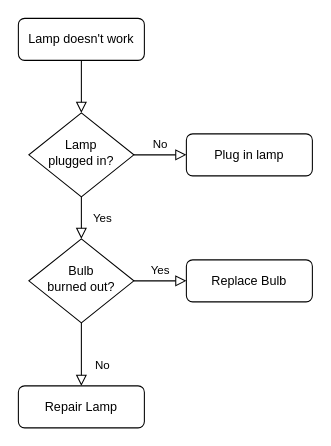
This is 未命名绘图.drawio from antronshao/pytorch-forecasting, a draw.io file, before an edit. Source tidied: cells renumbered, new cells numbered last; positions are measured from the earlier drawing's top-left corner, leaving out a move shared by most shapes. Both pictures are drawn from the tidied source at 105%, with x=0, y=0 at pixel (18, 18).
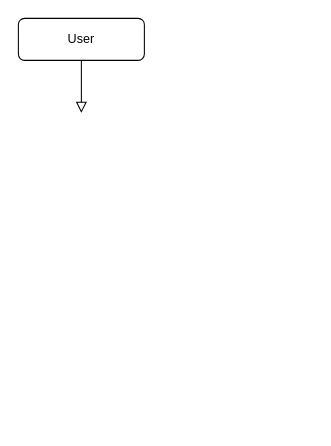
Above is the later version.

Commit message:
更新未命名绘图.drawio

What changed in the source:
```diff
@@
 <mxGraphModel>
   <root>
     <mxCell id="0" />
     <mxCell id="1" parent="0" />
-    <mxCell id="2" style="rounded=0;html=1;jettySize=auto;fontSize=11;endArrow=block;endFill=0;endSize=8;strokeWidth=1;shadow=0;labelBackgroundColor=none;edgeStyle=orthogonalEdgeStyle;" parent="1" edge="1" source="3" target="6">
-      <mxGeometry relative="1" as="geometry" />
+    <mxCell id="2" style="rounded=0;html=1;jettySize=auto;fontSize=11;endArrow=block;endFill=0;endSize=8;strokeWidth=1;shadow=0;labelBackgroundColor=none;edgeStyle=orthogonalEdgeStyle;" parent="1" edge="1" source="3">
+      <mxGeometry relative="1" as="geometry">
+        <mxPoint x="60" y="90" as="targetPoint" />
+      </mxGeometry>
     </mxCell>
-    <mxCell id="3" value="Lamp doesn't work" style="rounded=1;whiteSpace=wrap;html=1;fontSize=12;glass=0;strokeWidth=1;shadow=0;" parent="1" vertex="1">
+    <mxCell id="3" value="User" style="rounded=1;whiteSpace=wrap;html=1;fontSize=12;glass=0;strokeWidth=1;shadow=0;" parent="1" vertex="1">
       <mxGeometry width="120" height="40" as="geometry" />
     </mxCell>
-    <mxCell id="4" value="Yes" style="rounded=0;html=1;jettySize=auto;fontSize=11;endArrow=block;endFill=0;endSize=8;strokeWidth=1;shadow=0;labelBackgroundColor=none;edgeStyle=orthogonalEdgeStyle;" parent="1" edge="1" source="6" target="10">
-      <mxGeometry y="20" relative="1" as="geometry" />
-    </mxCell>
-    <mxCell id="5" value="No" style="edgeStyle=orthogonalEdgeStyle;rounded=0;html=1;jettySize=auto;fontSize=11;endArrow=block;endFill=0;endSize=8;strokeWidth=1;shadow=0;labelBackgroundColor=none;" parent="1" edge="1" source="6" target="7">
-      <mxGeometry y="10" relative="1" as="geometry" />
-    </mxCell>
-    <mxCell id="6" value="Lamp&lt;br&gt;plugged in?" style="rhombus;whiteSpace=wrap;html=1;shadow=0;fontFamily=Helvetica;fontSize=12;align=center;strokeWidth=1;spacing=6;spacingTop=-4;" parent="1" vertex="1">
-      <mxGeometry x="10" y="90" width="100" height="80" as="geometry" />
-    </mxCell>
-    <mxCell id="7" value="Plug in lamp" style="rounded=1;whiteSpace=wrap;html=1;fontSize=12;glass=0;strokeWidth=1;shadow=0;" parent="1" vertex="1">
-      <mxGeometry x="160" y="110" width="120" height="40" as="geometry" />
-    </mxCell>
-    <mxCell id="8" value="No" style="rounded=0;html=1;jettySize=auto;fontSize=11;endArrow=block;endFill=0;endSize=8;strokeWidth=1;shadow=0;labelBackgroundColor=none;edgeStyle=orthogonalEdgeStyle;" parent="1" edge="1" source="10" target="11">
-      <mxGeometry x="0.33" y="20" relative="1" as="geometry" />
-    </mxCell>
-    <mxCell id="9" value="Yes" style="edgeStyle=orthogonalEdgeStyle;rounded=0;html=1;jettySize=auto;fontSize=11;endArrow=block;endFill=0;endSize=8;strokeWidth=1;shadow=0;labelBackgroundColor=none;" parent="1" edge="1" source="10" target="12">
-      <mxGeometry y="10" relative="1" as="geometry" />
-    </mxCell>
-    <mxCell id="10" value="Bulb&lt;br&gt;burned out?" style="rhombus;whiteSpace=wrap;html=1;shadow=0;fontFamily=Helvetica;fontSize=12;align=center;strokeWidth=1;spacing=6;spacingTop=-4;" parent="1" vertex="1">
-      <mxGeometry x="10" y="210" width="100" height="80" as="geometry" />
-    </mxCell>
-    <mxCell id="11" value="Repair Lamp" style="rounded=1;whiteSpace=wrap;html=1;fontSize=12;glass=0;strokeWidth=1;shadow=0;" parent="1" vertex="1">
-      <mxGeometry y="350" width="120" height="40" as="geometry" />
-    </mxCell>
-    <mxCell id="12" value="Replace Bulb" style="rounded=1;whiteSpace=wrap;html=1;fontSize=12;glass=0;strokeWidth=1;shadow=0;" parent="1" vertex="1">
-      <mxGeometry x="160" y="230" width="120" height="40" as="geometry" />
-    </mxCell>
   </root>
 </mxGraphModel>
```
